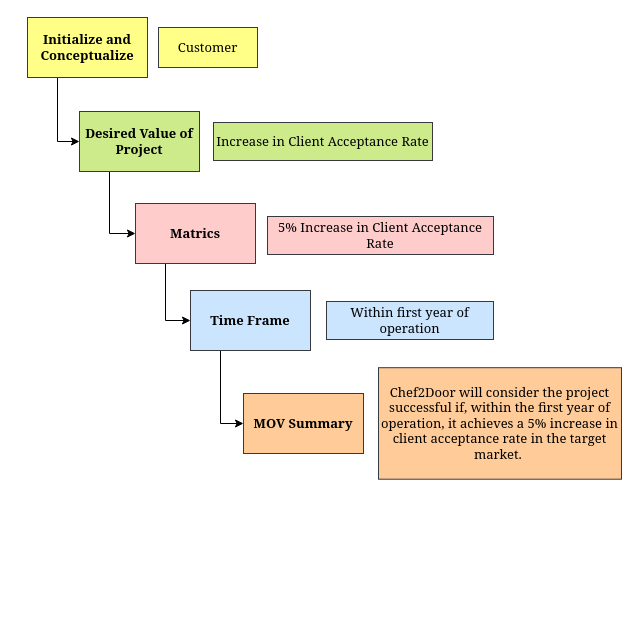
The draw.io diagram page "Page-2" (2 of 2) of Untitled Diagram.drawio in AbeSoll/Draw.io, before the edit. Source tidied: cells renumbered, new cells numbered last; positions are measured from the earlier drawing's top-left corner, leaving out a move shared by most shapes. Both pictures are drawn from the tidied source at 100%, with x=0, y=0 at pixel (27, 17).
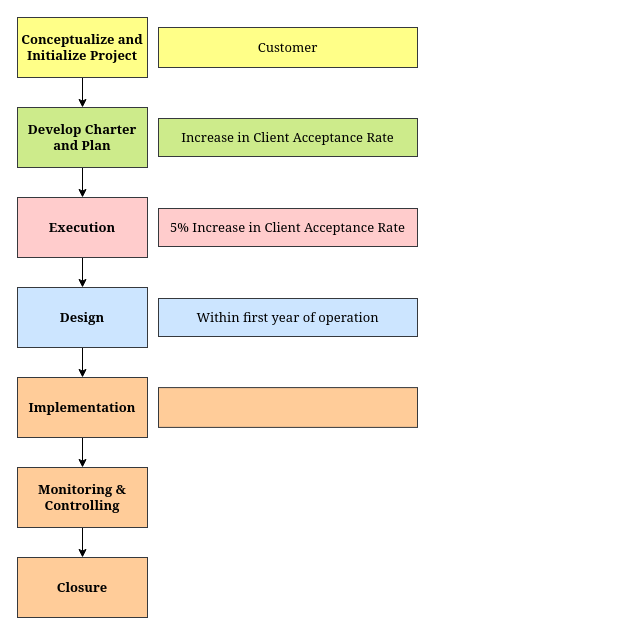
The same page after the edit.

Diff of the diagram source:
```diff
@@
 <mxGraphModel>
   <root>
     <mxCell id="0" />
     <mxCell id="1" parent="0" />
     <mxCell id="2" value="Customer" style="rounded=0;whiteSpace=wrap;html=1;fillColor=#ffff88;strokeColor=#36393d;fontFamily=Georgia;fontSize=13;" parent="1" vertex="1">
-      <mxGeometry x="131" y="10" width="99" height="40" as="geometry" />
+      <mxGeometry x="131" y="10" width="259" height="40" as="geometry" />
     </mxCell>
     <mxCell id="3" value="Increase in Client Acceptance Rate" style="rounded=0;whiteSpace=wrap;html=1;fillColor=#cdeb8b;strokeColor=#36393d;fontFamily=Georgia;fontSize=13;" parent="1" vertex="1">
-      <mxGeometry x="186" y="105" width="219" height="38" as="geometry" />
+      <mxGeometry x="131" y="101" width="259" height="38" as="geometry" />
     </mxCell>
     <mxCell id="4" value="5% Increase in Client Acceptance Rate" style="rounded=0;whiteSpace=wrap;html=1;fillColor=#ffcccc;strokeColor=#36393d;fontFamily=Georgia;fontSize=13;" parent="1" vertex="1">
-      <mxGeometry x="240" y="199" width="226" height="38" as="geometry" />
+      <mxGeometry x="131" y="191" width="259" height="38" as="geometry" />
     </mxCell>
-    <mxCell id="5" style="edgeStyle=orthogonalEdgeStyle;rounded=0;jettySize=auto;html=1;exitX=0.25;exitY=1;exitDx=0;exitDy=0;entryX=0;entryY=0.5;entryDx=0;entryDy=0;fontFamily=Georgia;fontSize=13;" parent="1" edge="1" source="6" target="8">
+    <mxCell id="5" style="edgeStyle=orthogonalEdgeStyle;rounded=0;jettySize=auto;html=1;exitX=0.5;exitY=1;exitDx=0;exitDy=0;entryX=0.5;entryY=0;entryDx=0;entryDy=0;" parent="1" edge="1" source="6" target="8">
       <mxGeometry relative="1" as="geometry" />
     </mxCell>
-    <mxCell id="6" value="Initialize and Conceptualize" style="rounded=0;whiteSpace=wrap;html=1;fillColor=#ffff88;strokeColor=#36393d;fontFamily=Georgia;fontSize=13;fontStyle=1;" parent="1" vertex="1">
-      <mxGeometry width="120" height="60" as="geometry" />
+    <mxCell id="6" value="Conceptualize and Initialize Project" style="rounded=0;whiteSpace=wrap;html=1;fillColor=#ffff88;strokeColor=#36393d;fontFamily=Georgia;fontSize=13;fontStyle=1;" parent="1" vertex="1">
+      <mxGeometry x="-10" width="130" height="60" as="geometry" />
     </mxCell>
-    <mxCell id="7" style="edgeStyle=orthogonalEdgeStyle;rounded=0;jettySize=auto;html=1;exitX=0.25;exitY=1;exitDx=0;exitDy=0;entryX=0;entryY=0.5;entryDx=0;entryDy=0;fontFamily=Georgia;fontSize=13;" parent="1" edge="1" source="8" target="10">
+    <mxCell id="7" style="edgeStyle=orthogonalEdgeStyle;rounded=0;jettySize=auto;html=1;exitX=0.5;exitY=1;exitDx=0;exitDy=0;entryX=0.5;entryY=0;entryDx=0;entryDy=0;" parent="1" edge="1" source="8" target="10">
       <mxGeometry relative="1" as="geometry" />
     </mxCell>
-    <mxCell id="8" value="Desired Value of Project" style="rounded=0;whiteSpace=wrap;html=1;fillColor=#cdeb8b;strokeColor=#36393d;fontFamily=Georgia;fontSize=13;fontStyle=1;" parent="1" vertex="1">
-      <mxGeometry x="52" y="94" width="120" height="60" as="geometry" />
+    <mxCell id="8" value="Develop Charter and Plan" style="rounded=0;whiteSpace=wrap;html=1;fillColor=#cdeb8b;strokeColor=#36393d;fontFamily=Georgia;fontSize=13;fontStyle=1;" parent="1" vertex="1">
+      <mxGeometry x="-10" y="90" width="130" height="60" as="geometry" />
     </mxCell>
-    <mxCell id="9" style="edgeStyle=orthogonalEdgeStyle;rounded=0;jettySize=auto;html=1;exitX=0.25;exitY=1;exitDx=0;exitDy=0;entryX=0;entryY=0.5;entryDx=0;entryDy=0;fontFamily=Georgia;fontSize=13;" parent="1" edge="1" source="10" target="12">
+    <mxCell id="9" style="edgeStyle=orthogonalEdgeStyle;rounded=0;jettySize=auto;html=1;exitX=0.5;exitY=1;exitDx=0;exitDy=0;entryX=0.5;entryY=0;entryDx=0;entryDy=0;" parent="1" edge="1" source="10" target="12">
       <mxGeometry relative="1" as="geometry" />
     </mxCell>
-    <mxCell id="10" value="Matrics" style="rounded=0;whiteSpace=wrap;html=1;fillColor=#ffcccc;strokeColor=#36393d;fontFamily=Georgia;fontSize=13;fontStyle=1;" parent="1" vertex="1">
-      <mxGeometry x="108" y="186" width="120" height="60" as="geometry" />
+    <mxCell id="10" value="Execution" style="rounded=0;whiteSpace=wrap;html=1;fillColor=#ffcccc;strokeColor=#36393d;fontFamily=Georgia;fontSize=13;fontStyle=1;" parent="1" vertex="1">
+      <mxGeometry x="-10" y="180" width="130" height="60" as="geometry" />
     </mxCell>
-    <mxCell id="11" style="edgeStyle=orthogonalEdgeStyle;rounded=0;jettySize=auto;html=1;exitX=0.25;exitY=1;exitDx=0;exitDy=0;entryX=0;entryY=0.5;entryDx=0;entryDy=0;fontFamily=Georgia;fontSize=13;" parent="1" edge="1" source="12" target="14">
+    <mxCell id="11" style="edgeStyle=orthogonalEdgeStyle;rounded=0;jettySize=auto;html=1;exitX=0.5;exitY=1;exitDx=0;exitDy=0;entryX=0.5;entryY=0;entryDx=0;entryDy=0;" parent="1" edge="1" source="12" target="14">
       <mxGeometry relative="1" as="geometry" />
     </mxCell>
-    <mxCell id="12" value="Time Frame" style="rounded=0;whiteSpace=wrap;html=1;fillColor=#cce5ff;strokeColor=#36393d;fontFamily=Georgia;fontSize=13;fontStyle=1;" parent="1" vertex="1">
-      <mxGeometry x="163" y="273" width="120" height="60" as="geometry" />
+    <mxCell id="12" value="Design" style="rounded=0;whiteSpace=wrap;html=1;fillColor=#cce5ff;strokeColor=#36393d;fontFamily=Georgia;fontSize=13;fontStyle=1;" parent="1" vertex="1">
+      <mxGeometry x="-10" y="270" width="130" height="60" as="geometry" />
     </mxCell>
     <mxCell id="13" value="Within first year of operation" style="rounded=0;whiteSpace=wrap;html=1;fillColor=#cce5ff;strokeColor=#36393d;fontFamily=Georgia;fontSize=13;" parent="1" vertex="1">
-      <mxGeometry x="299" y="284" width="167" height="38" as="geometry" />
+      <mxGeometry x="131" y="281" width="259" height="38" as="geometry" />
     </mxCell>
+    <mxCell id="16" style="edgeStyle=orthogonalEdgeStyle;rounded=0;jettySize=auto;html=1;exitX=0.5;exitY=1;exitDx=0;exitDy=0;entryX=0.5;entryY=0;entryDx=0;entryDy=0;" parent="1" edge="1" source="14" target="18">
+      <mxGeometry relative="1" as="geometry" />
+    </mxCell>
-    <mxCell id="14" value="MOV Summary" style="rounded=0;whiteSpace=wrap;html=1;fillColor=#ffcc99;strokeColor=#36393d;fontFamily=Georgia;fontSize=13;fontStyle=1;" parent="1" vertex="1">
-      <mxGeometry x="216" y="376" width="120" height="60" as="geometry" />
+    <mxCell id="14" value="Implementation" style="rounded=0;whiteSpace=wrap;html=1;fillColor=#ffcc99;strokeColor=#36393d;fontFamily=Georgia;fontSize=13;fontStyle=1;" parent="1" vertex="1">
+      <mxGeometry x="-10" y="360" width="130" height="60" as="geometry" />
     </mxCell>
-    <mxCell id="15" value="&lt;div style=&quot;font-size: 13px;&quot;&gt;&lt;span style=&quot;background-color: initial; font-size: 13px;&quot;&gt;Chef2Door will consider the project successful if, within the first year of operation, it achieves a 5% increase in client acceptance rate in the target market.&amp;nbsp;&lt;/span&gt;&lt;/div&gt;" style="rounded=0;html=1;align=center;labelBorderColor=none;spacingBottom=0;spacingTop=0;whiteSpace=wrap;fillColor=#ffcc99;strokeColor=#36393d;fontFamily=Georgia;fontSize=13;" parent="1" vertex="1">
-      <mxGeometry x="351" y="350.2" width="243" height="111.5" as="geometry" />
+    <mxCell id="15" value="&lt;div style=&quot;font-size: 13px;&quot;&gt;&lt;br&gt;&lt;/div&gt;" style="rounded=0;html=1;align=center;labelBorderColor=none;spacingBottom=0;spacingTop=0;whiteSpace=wrap;fillColor=#ffcc99;strokeColor=#36393d;fontFamily=Georgia;fontSize=13;" parent="1" vertex="1">
+      <mxGeometry x="131" y="370.1" width="259" height="39.8" as="geometry" />
     </mxCell>
+    <mxCell id="17" style="edgeStyle=orthogonalEdgeStyle;rounded=0;jettySize=auto;html=1;exitX=0.5;exitY=1;exitDx=0;exitDy=0;entryX=0.5;entryY=0;entryDx=0;entryDy=0;" parent="1" edge="1" source="18" target="19">
+      <mxGeometry relative="1" as="geometry" />
+    </mxCell>
+    <mxCell id="18" value="Monitoring &amp;amp; Controlling" style="rounded=0;whiteSpace=wrap;html=1;fillColor=#ffcc99;strokeColor=#36393d;fontFamily=Georgia;fontSize=13;fontStyle=1;" parent="1" vertex="1">
+      <mxGeometry x="-10" y="450" width="130" height="60" as="geometry" />
+    </mxCell>
+    <mxCell id="19" value="Closure" style="rounded=0;whiteSpace=wrap;html=1;fillColor=#ffcc99;strokeColor=#36393d;fontFamily=Georgia;fontSize=13;fontStyle=1;" parent="1" vertex="1">
+      <mxGeometry x="-10" y="540" width="130" height="60" as="geometry" />
+    </mxCell>
   </root>
 </mxGraphModel>
```
